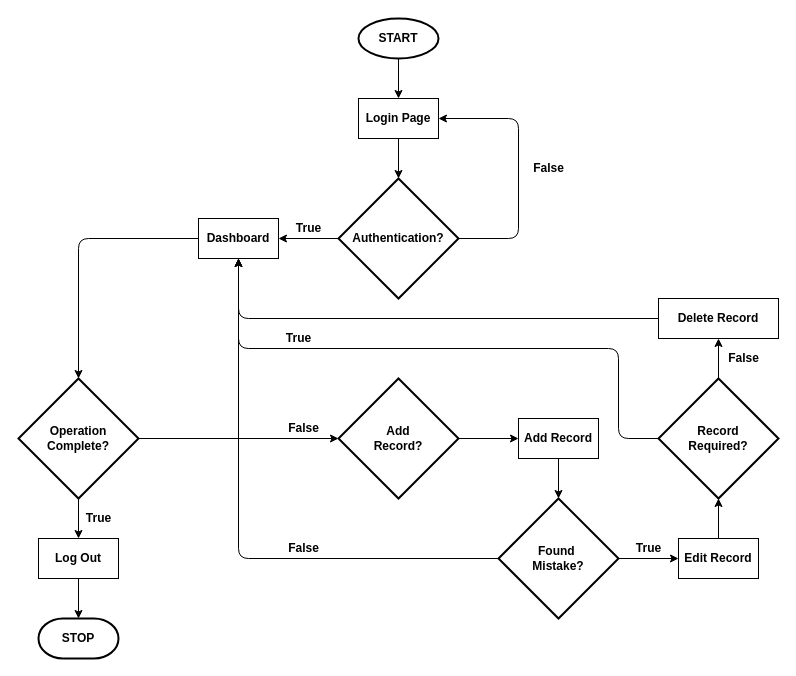
Before: page "FlowChart" (1 of 3) of images/doc/BrownPearl.drawio in kabirdeula/BrownPearl, a draw.io diagram. Source tidied: cells renumbered, new cells numbered last; positions are measured from the earlier drawing's top-left corner, leaving out a move shared by most shapes. Both pictures are drawn from the tidied source at 100%, with x=0, y=0 at pixel (18, 18).
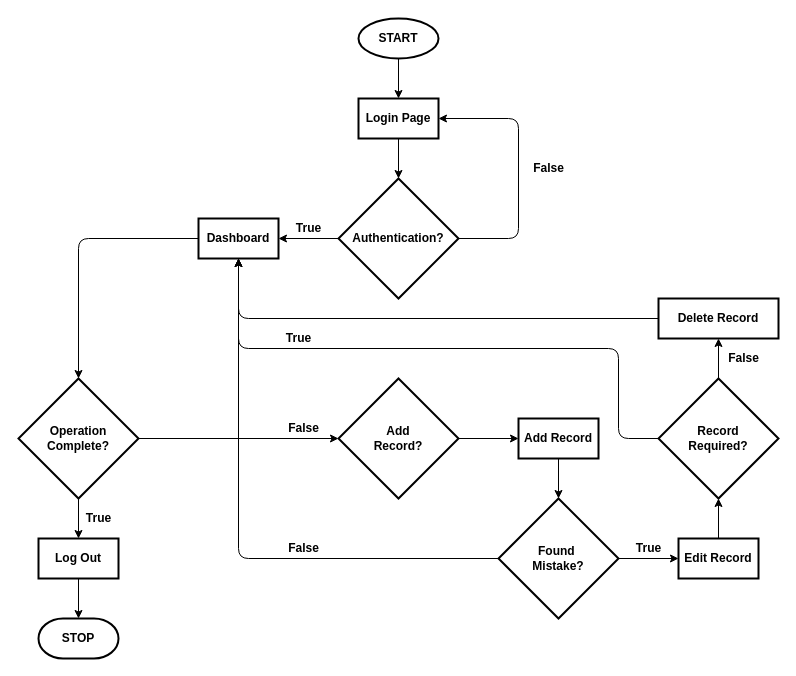
Above is the later version.

The edit, as a diff of the source:
```diff
@@
-    <mxCell id="6" value="&lt;b&gt;Login Page&lt;/b&gt;" style="rounded=0;whiteSpace=wrap;html=1;" parent="1" vertex="1">
+    <mxCell id="6" value="&lt;b&gt;Login Page&lt;/b&gt;" style="rounded=0;whiteSpace=wrap;html=1;strokeWidth=2;" parent="1" vertex="1">
       <mxGeometry x="340" y="80" width="80" height="40" as="geometry" />
     </mxCell>
@@
-    <mxCell id="11" value="&lt;b&gt;Dashboard&lt;/b&gt;" style="rounded=0;whiteSpace=wrap;html=1;" parent="1" vertex="1">
+    <mxCell id="11" value="&lt;b&gt;Dashboard&lt;/b&gt;" style="rounded=0;whiteSpace=wrap;html=1;strokeWidth=2;" parent="1" vertex="1">
       <mxGeometry x="180" y="200" width="80" height="40" as="geometry" />
     </mxCell>
@@
-    <mxCell id="16" value="&lt;b&gt;Log Out&lt;/b&gt;" style="rounded=0;whiteSpace=wrap;html=1;" parent="1" vertex="1">
+    <mxCell id="16" value="&lt;b&gt;Log Out&lt;/b&gt;" style="rounded=0;whiteSpace=wrap;html=1;strokeWidth=2;" parent="1" vertex="1">
       <mxGeometry x="20" y="520" width="80" height="40" as="geometry" />
     </mxCell>
@@
-    <mxCell id="20" value="&lt;b&gt;Add Record&lt;/b&gt;" style="rounded=0;whiteSpace=wrap;html=1;" parent="1" vertex="1">
+    <mxCell id="20" value="&lt;b&gt;Add Record&lt;/b&gt;" style="rounded=0;whiteSpace=wrap;html=1;strokeWidth=2;" parent="1" vertex="1">
       <mxGeometry x="500" y="400" width="80" height="40" as="geometry" />
     </mxCell>
@@
-    <mxCell id="25" value="&lt;b&gt;Edit Record&lt;/b&gt;" style="rounded=0;whiteSpace=wrap;html=1;" parent="1" vertex="1">
+    <mxCell id="25" value="&lt;b&gt;Edit Record&lt;/b&gt;" style="rounded=0;whiteSpace=wrap;html=1;strokeWidth=2;" parent="1" vertex="1">
       <mxGeometry x="660" y="520" width="80" height="40" as="geometry" />
     </mxCell>
@@
-    <mxCell id="30" value="&lt;b&gt;Delete Record&lt;/b&gt;" style="rounded=0;whiteSpace=wrap;html=1;" parent="1" vertex="1">
+    <mxCell id="30" value="&lt;b&gt;Delete Record&lt;/b&gt;" style="rounded=0;whiteSpace=wrap;html=1;strokeWidth=2;" parent="1" vertex="1">
       <mxGeometry x="640" y="280" width="120" height="40" as="geometry" />
     </mxCell>
```
